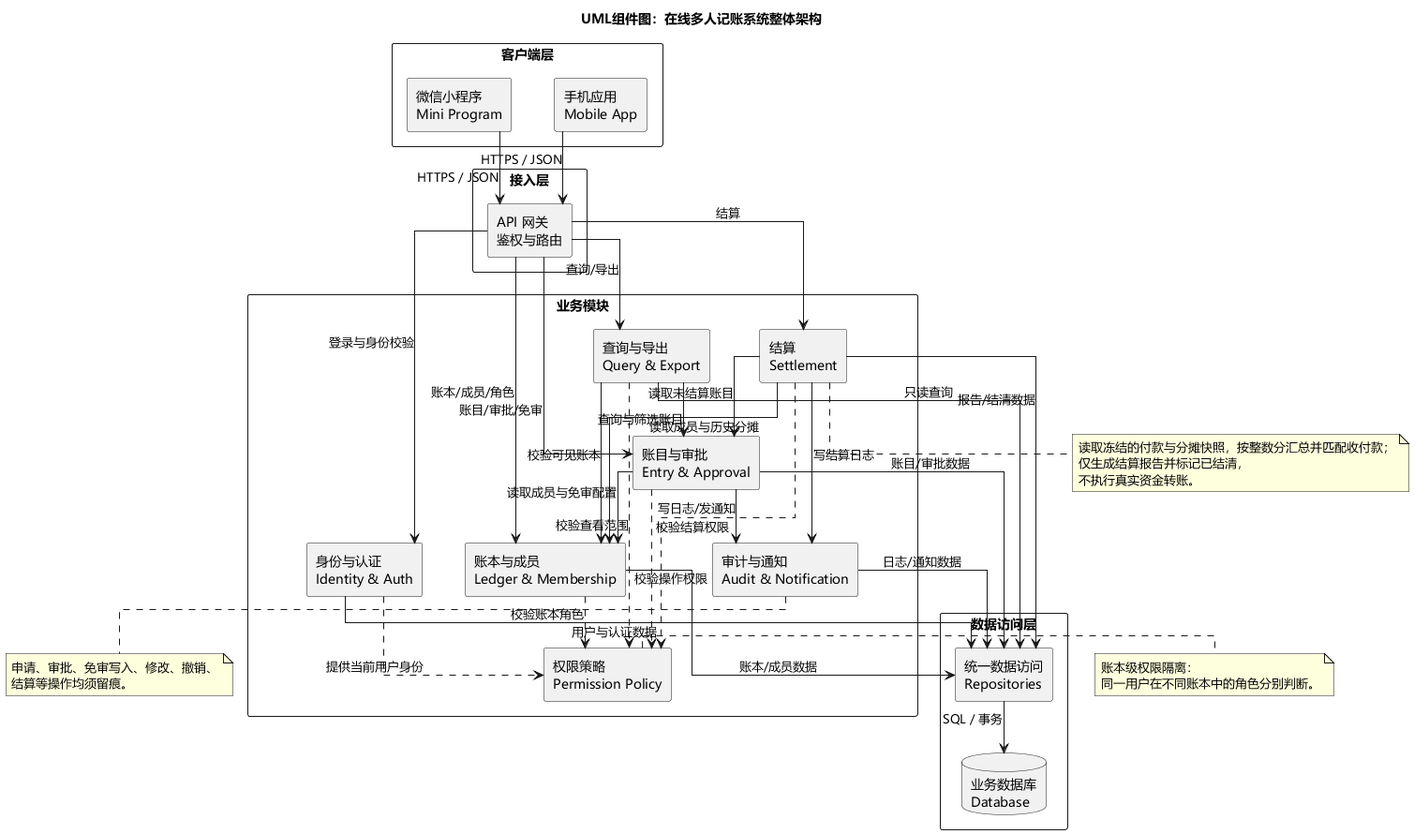
This is lab2/UML/UML组件图.png from Hgx8724/multi-user-shared-accounting-system, a PlantUML export, as it was before one commit.
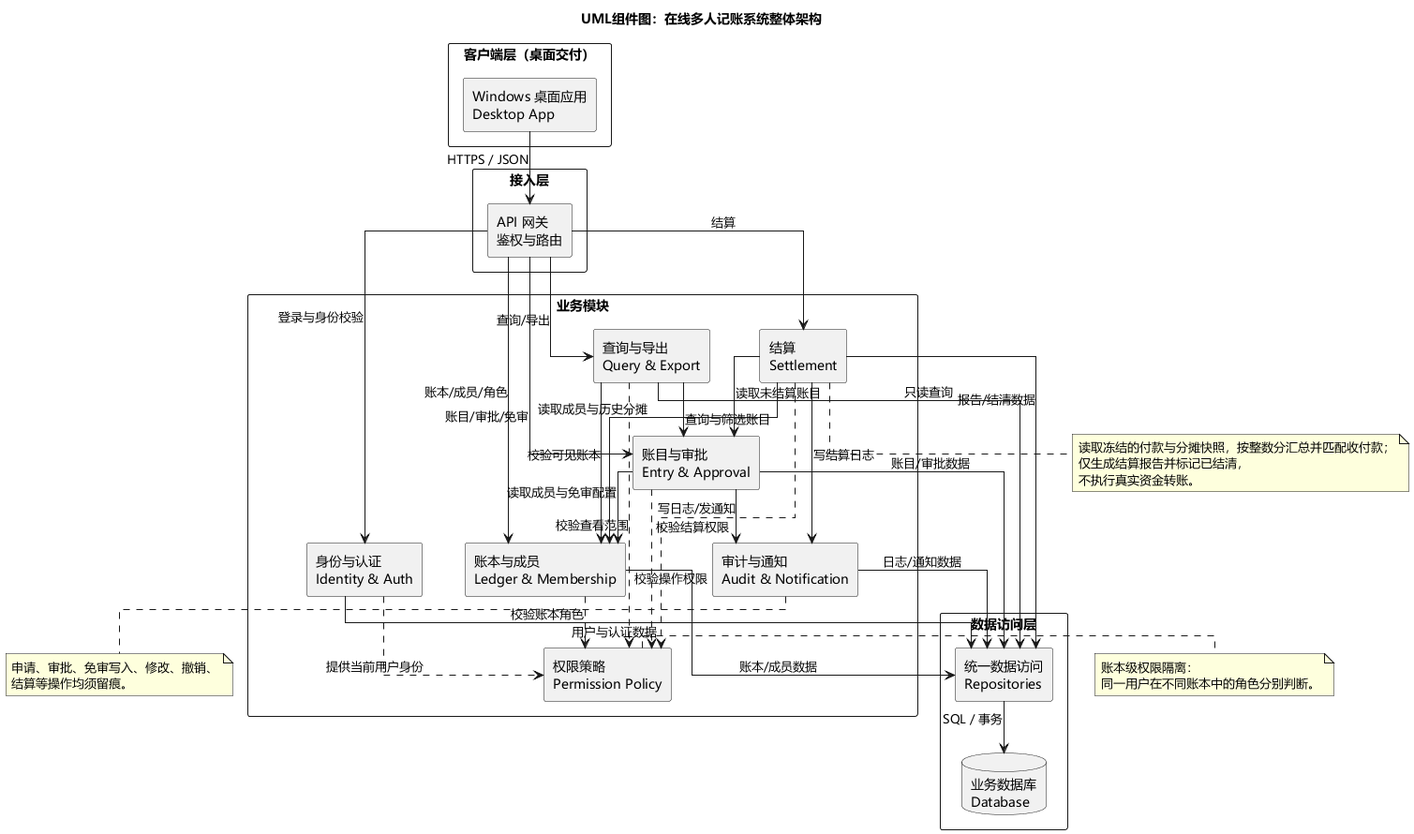
Later version of the same file.

The edit, as a diff of the source:
```diff
@@ -10,9 +10,8 @@
 
 title UML组件图：在线多人记账系统整体架构
 
-package "客户端层" {
-  [手机应用\nMobile App] as MobileApp
-  [微信小程序\nMini Program] as MiniProgram
+package "客户端层（桌面交付）" {
+  [Windows 桌面应用\nDesktop App] as DesktopApp
 }
 
 package "接入层" {
@@ -34,8 +33,7 @@
   database "业务数据库\nDatabase" as Database
 }
 
-MobileApp --> ApiGateway : HTTPS / JSON
-MiniProgram --> ApiGateway : HTTPS / JSON
+DesktopApp --> ApiGateway : HTTPS / JSON
 
 ApiGateway --> Identity : 登录与身份校验
 ApiGateway --> LedgerModule : 账本/成员/角色
```
